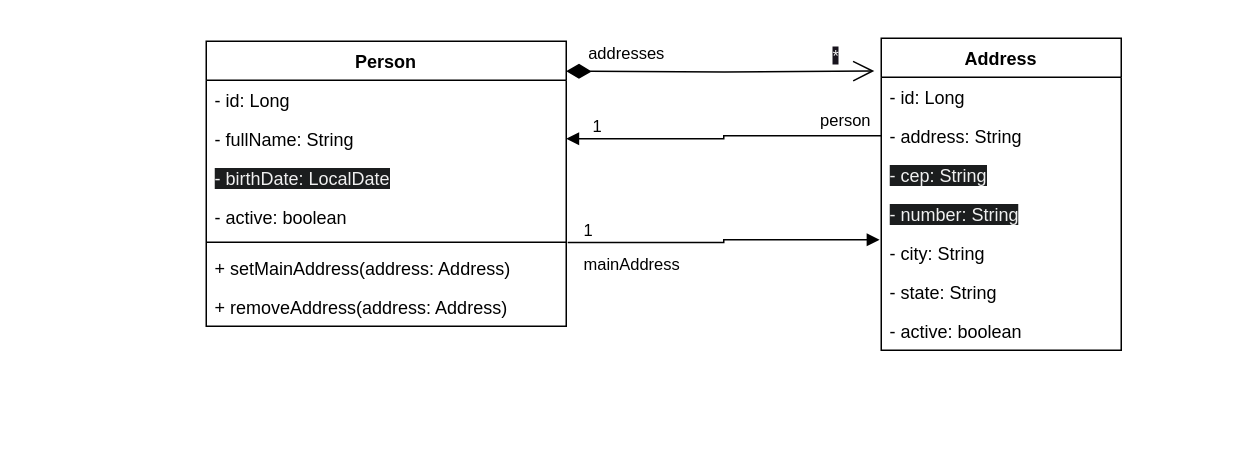
Above: docs/entity_class_diagram.drawio in thiagomarqs/api-gerenciamento-pessoas (draw.io), before the change. Source tidied: cells renumbered, new cells numbered last; positions are measured from the earlier drawing's top-left corner, leaving out a move shared by most shapes. Both pictures are drawn from the tidied source at 150%, with x=0, y=0 at pixel (206, 34).
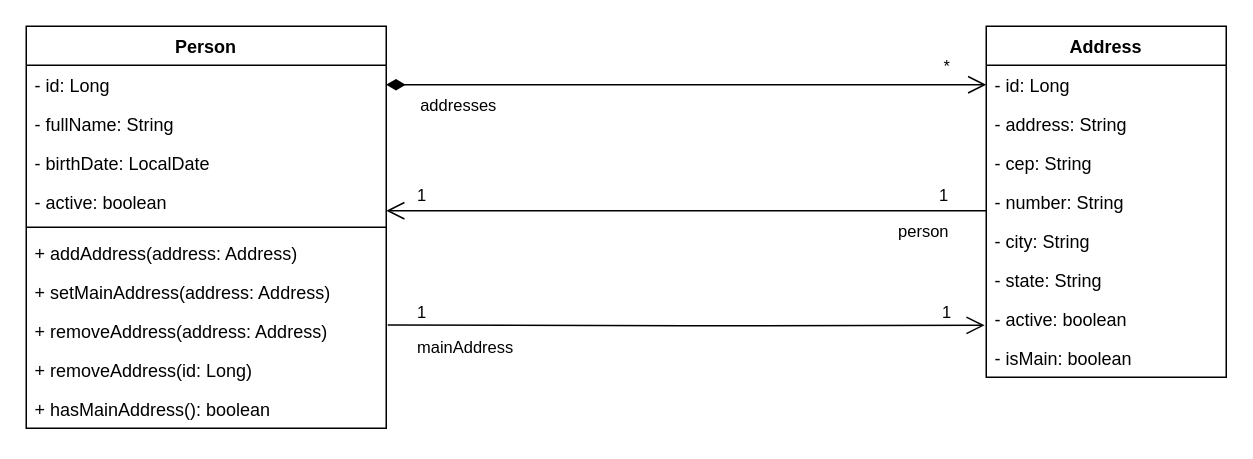
Above is the later version.

The change refers to these unchanged cells:
```xml
<mxCell id="3" value="- id: Long" style="text;strokeColor=none;fillColor=none;align=left;verticalAlign=top;spacingLeft=4;spacingRight=4;overflow=hidden;points=[[0,0.5],[1,0.5]];portConstraint=eastwest;whiteSpace=wrap;html=1;" parent="2" vertex="1">
  <mxGeometry y="26" width="240" height="26" as="geometry" />
</mxCell>
<mxCell id="4" value="- fullName: String" style="text;strokeColor=none;fillColor=none;align=left;verticalAlign=top;spacingLeft=4;spacingRight=4;overflow=hidden;points=[[0,0.5],[1,0.5]];portConstraint=eastwest;whiteSpace=wrap;html=1;" parent="2" vertex="1">
  <mxGeometry y="52" width="240" height="26" as="geometry" />
</mxCell>
<mxCell id="11" value="- id: Long" style="text;strokeColor=none;fillColor=none;align=left;verticalAlign=top;spacingLeft=4;spacingRight=4;overflow=hidden;points=[[0,0.5],[1,0.5]];portConstraint=eastwest;whiteSpace=wrap;html=1;" parent="10" vertex="1">
  <mxGeometry y="26" width="160" height="26" as="geometry" />
</mxCell>
<mxCell id="12" value="- address: String" style="text;strokeColor=none;fillColor=none;align=left;verticalAlign=top;spacingLeft=4;spacingRight=4;overflow=hidden;points=[[0,0.5],[1,0.5]];portConstraint=eastwest;whiteSpace=wrap;html=1;" parent="10" vertex="1">
  <mxGeometry y="52" width="160" height="26" as="geometry" />
</mxCell>
<mxCell id="15" value="- city: String" style="text;strokeColor=none;fillColor=none;align=left;verticalAlign=top;spacingLeft=4;spacingRight=4;overflow=hidden;points=[[0,0.5],[1,0.5]];portConstraint=eastwest;whiteSpace=wrap;html=1;" parent="10" vertex="1">
  <mxGeometry y="130" width="160" height="26" as="geometry" />
</mxCell>
```

What changed in the source:
```diff
@@
     <mxCell id="2" value="Person" style="swimlane;fontStyle=1;align=center;verticalAlign=top;horizontal=1;startSize=26;whiteSpace=wrap;html=1;" parent="1" vertex="1">
-      <mxGeometry y="4" width="240" height="190" as="geometry" />
+      <mxGeometry x="-120" y="-6" width="240" height="268" as="geometry" />
     </mxCell>
@@
-    <mxCell id="5" value="&lt;span style=&quot;color: rgb(240, 240, 240); font-family: Helvetica; font-size: 12px; font-style: normal; font-variant-ligatures: normal; font-variant-caps: normal; font-weight: 400; letter-spacing: normal; orphans: 2; text-align: left; text-indent: 0px; text-transform: none; widows: 2; word-spacing: 0px; -webkit-text-stroke-width: 0px; white-space: normal; background-color: rgb(27, 29, 30); text-decoration-thickness: initial; text-decoration-style: initial; text-decoration-color: initial; display: inline !important; float: none;&quot;&gt;- birthDate: LocalDate&lt;/span&gt;" style="text;strokeColor=none;fillColor=none;align=left;verticalAlign=top;spacingLeft=4;spacingRight=4;overflow=hidden;whiteSpace=wrap;html=1;" parent="2" vertex="1">
+    <mxCell id="5" value="&lt;span style=&quot;font-family: Helvetica; font-size: 12px; font-style: normal; font-variant-ligatures: normal; font-variant-caps: normal; font-weight: 400; letter-spacing: normal; orphans: 2; text-align: left; text-indent: 0px; text-transform: none; widows: 2; word-spacing: 0px; -webkit-text-stroke-width: 0px; white-space: normal; text-decoration-thickness: initial; text-decoration-style: initial; text-decoration-color: initial; float: none; display: inline !important;&quot;&gt;- birthDate: LocalDate&lt;/span&gt;" style="text;strokeColor=none;fillColor=none;align=left;verticalAlign=top;spacingLeft=4;spacingRight=4;overflow=hidden;whiteSpace=wrap;html=1;" parent="2" vertex="1">
       <mxGeometry y="78" width="240" height="26" as="geometry" />
     </mxCell>
@@
-    <mxCell id="8" value="+ setMainAddress(address: Address)" style="text;strokeColor=none;fillColor=none;align=left;verticalAlign=top;spacingLeft=4;spacingRight=4;overflow=hidden;points=[[0,0.5],[1,0.5]];portConstraint=eastwest;whiteSpace=wrap;html=1;" parent="2" vertex="1">
+    <mxCell id="8" value="+ addAddress(address: Address)" style="text;strokeColor=none;fillColor=none;align=left;verticalAlign=top;spacingLeft=4;spacingRight=4;overflow=hidden;points=[[0,0.5],[1,0.5]];portConstraint=eastwest;whiteSpace=wrap;html=1;" parent="2" vertex="1">
       <mxGeometry y="138" width="240" height="26" as="geometry" />
     </mxCell>
+    <mxCell id="26" value="+ setMainAddress(address: Address)" style="text;strokeColor=none;fillColor=none;align=left;verticalAlign=top;spacingLeft=4;spacingRight=4;overflow=hidden;whiteSpace=wrap;html=1;" parent="2" vertex="1">
+      <mxGeometry y="164" width="240" height="26" as="geometry" />
+    </mxCell>
     <mxCell id="9" value="+ removeAddress(address: Address)" style="text;strokeColor=none;fillColor=none;align=left;verticalAlign=top;spacingLeft=4;spacingRight=4;overflow=hidden;whiteSpace=wrap;html=1;" parent="2" vertex="1">
-      <mxGeometry y="164" width="240" height="26" as="geometry" />
+      <mxGeometry y="190" width="240" height="26" as="geometry" />
     </mxCell>
+    <mxCell id="27" value="+ removeAddress(id: Long)" style="text;strokeColor=none;fillColor=none;align=left;verticalAlign=top;spacingLeft=4;spacingRight=4;overflow=hidden;whiteSpace=wrap;html=1;" parent="2" vertex="1">
+      <mxGeometry y="216" width="240" height="26" as="geometry" />
+    </mxCell>
+    <mxCell id="28" value="+ hasMainAddress(): boolean" style="text;strokeColor=none;fillColor=none;align=left;verticalAlign=top;spacingLeft=4;spacingRight=4;overflow=hidden;whiteSpace=wrap;html=1;" parent="2" vertex="1">
+      <mxGeometry y="242" width="240" height="26" as="geometry" />
+    </mxCell>
     <mxCell id="10" value="Address" style="swimlane;fontStyle=1;align=center;verticalAlign=top;horizontal=1;startSize=26;whiteSpace=wrap;html=1;" parent="1" vertex="1">
-      <mxGeometry x="450" y="2" width="160" height="208" as="geometry" />
+      <mxGeometry x="520" y="-6" width="160" height="234" as="geometry" />
     </mxCell>
@@
-    <mxCell id="13" value="&lt;span style=&quot;color: rgb(240, 240, 240); font-family: Helvetica; font-size: 12px; font-style: normal; font-variant-ligatures: normal; font-variant-caps: normal; font-weight: 400; letter-spacing: normal; orphans: 2; text-align: left; text-indent: 0px; text-transform: none; widows: 2; word-spacing: 0px; -webkit-text-stroke-width: 0px; white-space: normal; background-color: rgb(27, 29, 30); text-decoration-thickness: initial; text-decoration-style: initial; text-decoration-color: initial; display: inline !important; float: none;&quot;&gt;- cep: String&lt;/span&gt;" style="text;strokeColor=none;fillColor=none;align=left;verticalAlign=top;spacingLeft=4;spacingRight=4;overflow=hidden;whiteSpace=wrap;html=1;" parent="10" vertex="1">
+    <mxCell id="13" value="&lt;span style=&quot;font-family: Helvetica; font-size: 12px; font-style: normal; font-variant-ligatures: normal; font-variant-caps: normal; font-weight: 400; letter-spacing: normal; orphans: 2; text-align: left; text-indent: 0px; text-transform: none; widows: 2; word-spacing: 0px; -webkit-text-stroke-width: 0px; white-space: normal; text-decoration-thickness: initial; text-decoration-style: initial; text-decoration-color: initial; float: none; display: inline !important;&quot;&gt;- cep: String&lt;/span&gt;" style="text;strokeColor=none;fillColor=none;align=left;verticalAlign=top;spacingLeft=4;spacingRight=4;overflow=hidden;whiteSpace=wrap;html=1;" parent="10" vertex="1">
       <mxGeometry y="78" width="160" height="26" as="geometry" />
     </mxCell>
-    <mxCell id="14" value="&lt;span style=&quot;color: rgb(240, 240, 240); font-family: Helvetica; font-size: 12px; font-style: normal; font-variant-ligatures: normal; font-variant-caps: normal; font-weight: 400; letter-spacing: normal; orphans: 2; text-align: left; text-indent: 0px; text-transform: none; widows: 2; word-spacing: 0px; -webkit-text-stroke-width: 0px; white-space: normal; background-color: rgb(27, 29, 30); text-decoration-thickness: initial; text-decoration-style: initial; text-decoration-color: initial; display: inline !important; float: none;&quot;&gt;- number: String&lt;/span&gt;" style="text;strokeColor=none;fillColor=none;align=left;verticalAlign=top;spacingLeft=4;spacingRight=4;overflow=hidden;whiteSpace=wrap;html=1;" parent="10" vertex="1">
+    <mxCell id="14" value="&lt;span style=&quot;font-family: Helvetica; font-size: 12px; font-style: normal; font-variant-ligatures: normal; font-variant-caps: normal; font-weight: 400; letter-spacing: normal; orphans: 2; text-align: left; text-indent: 0px; text-transform: none; widows: 2; word-spacing: 0px; -webkit-text-stroke-width: 0px; white-space: normal; text-decoration-thickness: initial; text-decoration-style: initial; text-decoration-color: initial; float: none; display: inline !important;&quot;&gt;- number: String&lt;/span&gt;" style="text;strokeColor=none;fillColor=none;align=left;verticalAlign=top;spacingLeft=4;spacingRight=4;overflow=hidden;whiteSpace=wrap;html=1;" parent="10" vertex="1">
       <mxGeometry y="104" width="160" height="26" as="geometry" />
     </mxCell>
@@
+    <mxCell id="29" value="- isMain: boolean" style="text;strokeColor=none;fillColor=none;align=left;verticalAlign=top;spacingLeft=4;spacingRight=4;overflow=hidden;whiteSpace=wrap;html=1;" parent="10" vertex="1">
+      <mxGeometry y="208" width="160" height="26" as="geometry" />
+    </mxCell>
+    <mxCell id="23" value="mainAddress" style="endArrow=open;endFill=0;html=1;edgeStyle=orthogonalEdgeStyle;align=left;verticalAlign=top;rounded=0;exitX=1.004;exitY=-0.147;exitDx=0;exitDy=0;exitPerimeter=0;entryX=-0.007;entryY=0.168;entryDx=0;entryDy=0;entryPerimeter=0;endSize=10;startSize=10;" parent="1" edge="1">
+      <mxGeometry x="-0.91" y="-2" relative="1" as="geometry">
+        <mxPoint x="121" y="193.2" as="sourcePoint" />
+        <mxPoint x="518.9" y="193.4" as="targetPoint" />
+      </mxGeometry>
+    </mxCell>
+    <mxCell id="24" value="1" style="edgeLabel;html=1;align=left;verticalAlign=bottom;" parent="23" vertex="1">
+      <mxGeometry x="-1" relative="1" as="geometry">
+        <mxPoint x="18" as="offset" />
+      </mxGeometry>
+    </mxCell>
+    <mxCell id="30" style="group;" parent="1" vertex="1">
+      <mxGeometry x="490" y="4" width="16" height="30" as="geometry" />
+    </mxCell>
+    <mxCell id="25" value="&lt;span style=&quot;font-family: Helvetica; font-size: 11px; font-style: normal; font-variant-ligatures: normal; font-variant-caps: normal; font-weight: 400; letter-spacing: normal; orphans: 2; text-align: left; text-indent: 0px; text-transform: none; widows: 2; word-spacing: 0px; -webkit-text-stroke-width: 0px; white-space: nowrap; text-decoration-thickness: initial; text-decoration-style: initial; text-decoration-color: initial; float: none; display: inline !important;&quot;&gt;*&lt;/span&gt;" style="text;whiteSpace=wrap;html=1;" parent="30" vertex="1">
+      <mxGeometry y="3" width="16" height="30" as="geometry" />
+    </mxCell>
+    <mxCell id="21" style="endArrow=open;html=1;endSize=10;startArrow=diamondThin;startSize=10;startFill=1;edgeStyle=orthogonalEdgeStyle;align=left;verticalAlign=bottom;rounded=0;entryX=0;entryY=0.5;entryDx=0;entryDy=0;exitX=1;exitY=0.5;exitDx=0;exitDy=0;" parent="1" edge="1" source="3" target="11">
+      <mxGeometry x="-0.81" y="9" relative="1" as="geometry" />
+    </mxCell>
+    <mxCell id="22" value="addresses" style="edgeLabel;html=1;align=center;verticalAlign=middle;" parent="21" vertex="1">
+      <mxGeometry x="-0.07" y="2" relative="1" as="geometry">
+        <mxPoint x="-139" y="15" as="offset" />
+      </mxGeometry>
+    </mxCell>
+    <mxCell id="31" value="1" style="edgeLabel;html=1;align=left;verticalAlign=bottom;" parent="1" vertex="1">
+      <mxGeometry x="489" y="193.2" as="geometry" />
+    </mxCell>
+    <mxCell id="32" style="group;" parent="1" vertex="1">
+      <mxGeometry x="120" y="102" width="400" height="15" as="geometry" />
+    </mxCell>
+    <mxCell id="33" style="group;" parent="32" vertex="1">
+      <mxGeometry width="400" height="15" as="geometry" />
+    </mxCell>
-    <mxCell id="18" style="endArrow=block;endFill=1;html=1;edgeStyle=orthogonalEdgeStyle;align=left;verticalAlign=top;rounded=0;entryX=1;entryY=0.5;entryDx=0;entryDy=0;exitX=0;exitY=0.5;exitDx=0;exitDy=0;" parent="1" edge="1" source="12" target="4">
-      <mxGeometry x="-1" relative="1" as="geometry" />
+    <mxCell id="18" style="endArrow=open;endFill=0;html=1;edgeStyle=orthogonalEdgeStyle;align=left;verticalAlign=top;rounded=0;entryX=1;entryY=0.5;entryDx=0;entryDy=0;exitX=0;exitY=0.5;exitDx=0;exitDy=0;strokeWidth=1;endSize=10;startSize=10;" parent="33" edge="1">
+      <mxGeometry x="-1" relative="1" as="geometry">
+        <mxPoint x="400" y="15" as="sourcePoint" />
+        <mxPoint y="15" as="targetPoint" />
+      </mxGeometry>
     </mxCell>
     <mxCell id="19" value="person" style="edgeLabel;html=1;align=center;verticalAlign=middle;" parent="18" vertex="1">
       <mxGeometry x="0.07" y="3" relative="1" as="geometry">
-        <mxPoint x="86" y="-16" as="offset" />
+        <mxPoint x="171" y="10" as="offset" />
       </mxGeometry>
     </mxCell>
-    <mxCell id="20" value="1" style="edgeLabel;html=1;align=left;verticalAlign=bottom;" parent="1" vertex="1">
-      <mxGeometry x="250" y="86" as="geometry">
+    <mxCell id="20" value="1" style="edgeLabel;html=1;align=left;verticalAlign=bottom;" parent="33" vertex="1">
+      <mxGeometry x="13" y="30" as="geometry">
         <mxPoint x="6" y="-17" as="offset" />
       </mxGeometry>
     </mxCell>
-    <mxCell id="21" style="endArrow=open;html=1;endSize=12;startArrow=diamondThin;startSize=14;startFill=1;edgeStyle=orthogonalEdgeStyle;align=left;verticalAlign=bottom;rounded=0;entryX=-0.029;entryY=0.105;entryDx=0;entryDy=0;entryPerimeter=0;" parent="1" edge="1" target="10">
-      <mxGeometry x="-0.81" y="9" relative="1" as="geometry">
-        <mxPoint x="240" y="24" as="sourcePoint" />
-      </mxGeometry>
-    </mxCell>
-    <mxCell id="22" value="addresses" style="edgeLabel;html=1;align=center;verticalAlign=middle;" parent="21" vertex="1">
-      <mxGeometry x="-0.07" y="2" relative="1" as="geometry">
-        <mxPoint x="-57" y="-11" as="offset" />
-      </mxGeometry>
-    </mxCell>
-    <mxCell id="23" value="mainAddress" style="endArrow=block;endFill=1;html=1;edgeStyle=orthogonalEdgeStyle;align=left;verticalAlign=top;rounded=0;exitX=1.004;exitY=-0.147;exitDx=0;exitDy=0;exitPerimeter=0;entryX=-0.007;entryY=0.168;entryDx=0;entryDy=0;entryPerimeter=0;" parent="1" edge="1" source="8" target="15">
-      <mxGeometry x="-0.91" y="-2" relative="1" as="geometry" />
-    </mxCell>
-    <mxCell id="24" value="1" style="edgeLabel;html=1;align=left;verticalAlign=bottom;" parent="23" vertex="1">
-      <mxGeometry x="-1" relative="1" as="geometry">
-        <mxPoint x="9" as="offset" />
-      </mxGeometry>
-    </mxCell>
-    <mxCell id="25" value="&lt;span style=&quot;color: rgb(240, 240, 240); font-family: Helvetica; font-size: 11px; font-style: normal; font-variant-ligatures: normal; font-variant-caps: normal; font-weight: 400; letter-spacing: normal; orphans: 2; text-align: left; text-indent: 0px; text-transform: none; widows: 2; word-spacing: 0px; -webkit-text-stroke-width: 0px; white-space: nowrap; background-color: rgb(24, 20, 29); text-decoration-thickness: initial; text-decoration-style: initial; text-decoration-color: initial; display: inline !important; float: none;&quot;&gt;*&lt;/span&gt;" style="text;whiteSpace=wrap;html=1;" parent="1" vertex="1">
-      <mxGeometry x="416" width="16" height="30" as="geometry" />
-    </mxCell>
+    <mxCell id="34" value="1" style="edgeLabel;html=1;align=left;verticalAlign=bottom;" parent="32" vertex="1">
+      <mxGeometry x="361" y="30" as="geometry">
+        <mxPoint x="6" y="-17" as="offset" />
+      </mxGeometry>
+    </mxCell>
```
